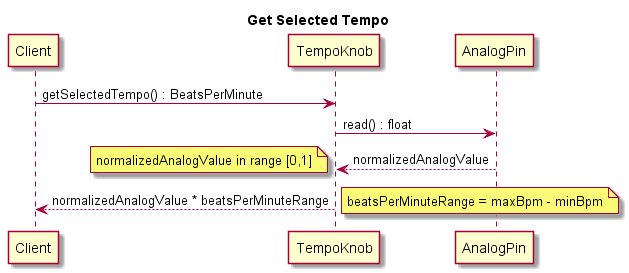
The PlantUML diagram doc/plantuml/img/sequence_diagrams/get_selected_tempo.png in Warwolt/tr2k_drum_machine, before a commit. Its diagram source:
```plantuml
@startuml

title Get Selected Tempo

Client->TempoKnob : getSelectedTempo() : BeatsPerMinute
TempoKnob->AnalogPin : read() : float
AnalogPin-->TempoKnob : normalizedAnalogValue
note left : normalizedAnalogValue in range [0,1]
TempoKnob-->Client : normalizedAnalogValue * beatsPerMinuteRange
note right : beatsPerMinuteRange = maxBpm - minBpm
@enduml
```
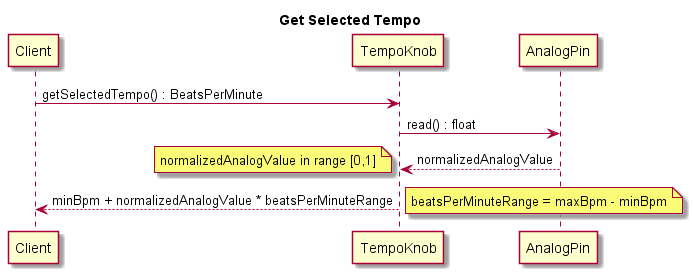
After the commit.

Change to the diagram source:
```diff
@@ -6,6 +6,6 @@
 TempoKnob->AnalogPin : read() : float
 AnalogPin-->TempoKnob : normalizedAnalogValue
 note left : normalizedAnalogValue in range [0,1]
-TempoKnob-->Client : normalizedAnalogValue * beatsPerMinuteRange
+TempoKnob-->Client : minBpm + normalizedAnalogValue * beatsPerMinuteRange
 note right : beatsPerMinuteRange = maxBpm - minBpm
 @enduml
```
